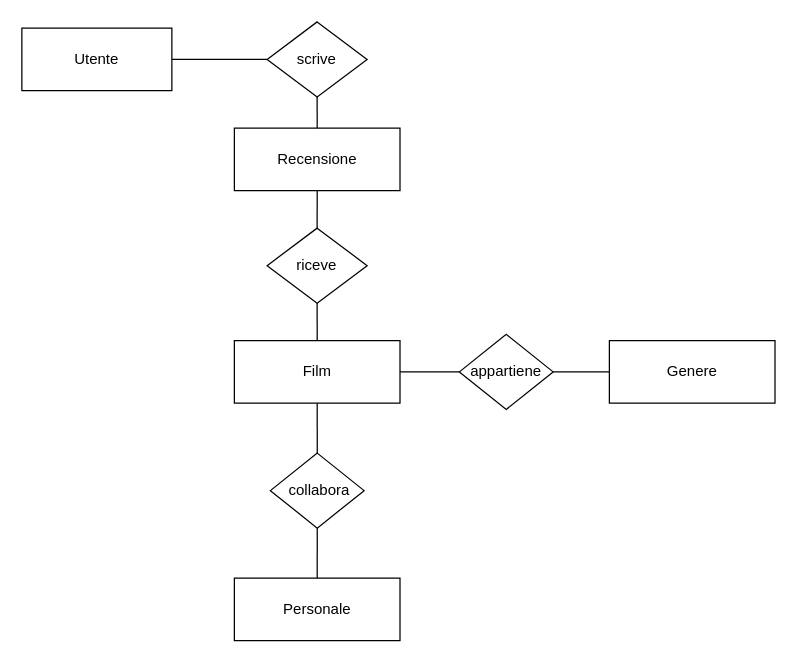
Above: page "Schema Scheletro" (1 of 5) of Diagrammi.drawio in dcocuzza/recensioni_film (draw.io), before the change. Source tidied: cells renumbered, new cells numbered last; positions are measured from the earlier drawing's top-left corner, leaving out a move shared by most shapes. Both pictures are drawn from the tidied source at 125%, with x=0, y=0 at pixel (21, 21).
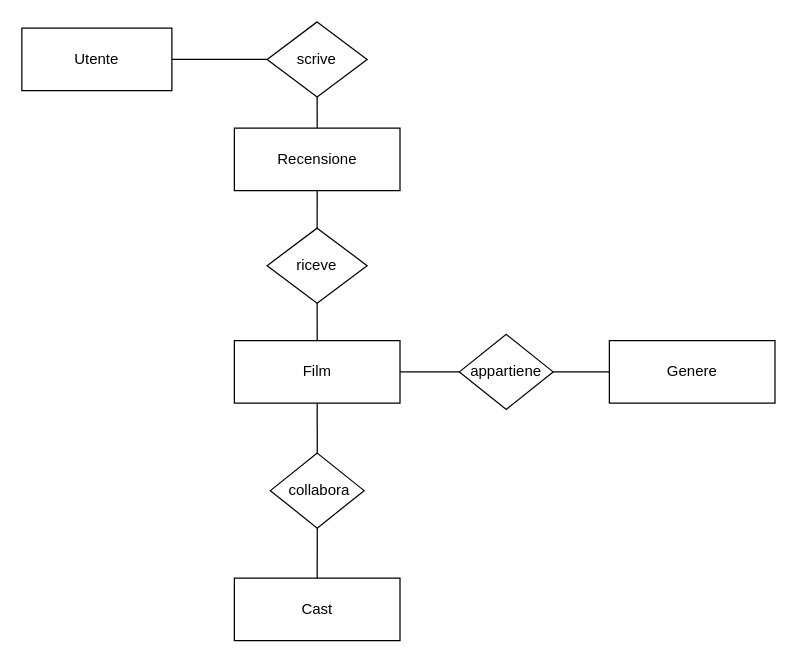
Above is the later version.

Diff of the diagram source:
```diff
@@
 <mxGraphModel>
   <root>
     <mxCell id="0" />
     <mxCell id="1" parent="0" />
     <mxCell id="2" value="Utente" style="rounded=0;whiteSpace=wrap;html=1;" parent="1" vertex="1">
       <mxGeometry y="5" width="120" height="50" as="geometry" />
     </mxCell>
     <mxCell id="3" value="scrive" style="rhombus;whiteSpace=wrap;html=1;" parent="1" vertex="1">
       <mxGeometry x="196.2" width="80" height="60" as="geometry" />
     </mxCell>
     <mxCell id="4" value="Film" style="rounded=0;whiteSpace=wrap;html=1;" parent="1" vertex="1">
       <mxGeometry x="170" y="255" width="132.5" height="50" as="geometry" />
     </mxCell>
     <mxCell id="5" value="Genere" style="rounded=0;whiteSpace=wrap;html=1;" parent="1" vertex="1">
       <mxGeometry x="470" y="255" width="132.5" height="50" as="geometry" />
     </mxCell>
     <mxCell id="6" value="appartiene" style="rhombus;whiteSpace=wrap;html=1;" parent="1" vertex="1">
       <mxGeometry x="350" y="250" width="75" height="60" as="geometry" />
     </mxCell>
-    <mxCell id="7" value="Personale" style="rounded=0;whiteSpace=wrap;html=1;" parent="1" vertex="1">
+    <mxCell id="7" value="Cast" style="rounded=0;whiteSpace=wrap;html=1;" parent="1" vertex="1">
       <mxGeometry x="170" y="445" width="132.5" height="50" as="geometry" />
     </mxCell>
     <mxCell id="8" value="&amp;nbsp;collabora" style="rhombus;whiteSpace=wrap;html=1;" parent="1" vertex="1">
       <mxGeometry x="198.8" y="345" width="75" height="60" as="geometry" />
     </mxCell>
     <mxCell id="9" value="Recensione" style="rounded=0;whiteSpace=wrap;html=1;" parent="1" vertex="1">
       <mxGeometry x="170" y="85" width="132.5" height="50" as="geometry" />
     </mxCell>
     <mxCell id="10" value="riceve" style="rhombus;whiteSpace=wrap;html=1;" parent="1" vertex="1">
       <mxGeometry x="196.2" y="165" width="80" height="60" as="geometry" />
     </mxCell>
     <mxCell id="11" style="endArrow=none;html=1;rounded=0;exitX=0.5;exitY=0;exitDx=0;exitDy=0;entryX=0.5;entryY=1;entryDx=0;entryDy=0;" parent="1" edge="1" source="10" target="9">
       <mxGeometry relative="1" as="geometry" />
     </mxCell>
     <mxCell id="12" style="endArrow=none;html=1;rounded=0;exitX=0.5;exitY=0;exitDx=0;exitDy=0;entryX=0.5;entryY=1;entryDx=0;entryDy=0;" parent="1" edge="1" source="4" target="10">
       <mxGeometry relative="1" as="geometry" />
     </mxCell>
     <mxCell id="13" style="endArrow=none;html=1;rounded=0;exitX=1;exitY=0.5;exitDx=0;exitDy=0;entryX=0;entryY=0.5;entryDx=0;entryDy=0;" parent="1" edge="1" source="2" target="3">
       <mxGeometry relative="1" as="geometry" />
     </mxCell>
     <mxCell id="14" style="endArrow=none;html=1;rounded=0;entryX=0.5;entryY=1;entryDx=0;entryDy=0;exitX=0.5;exitY=0;exitDx=0;exitDy=0;" parent="1" edge="1" source="9" target="3">
       <mxGeometry relative="1" as="geometry" />
     </mxCell>
     <mxCell id="15" style="endArrow=none;html=1;rounded=0;exitX=1;exitY=0.5;exitDx=0;exitDy=0;entryX=0;entryY=0.5;entryDx=0;entryDy=0;" parent="1" edge="1" source="4" target="6">
       <mxGeometry relative="1" as="geometry" />
     </mxCell>
     <mxCell id="16" style="endArrow=none;html=1;rounded=0;entryX=0;entryY=0.5;entryDx=0;entryDy=0;exitX=1;exitY=0.5;exitDx=0;exitDy=0;" parent="1" edge="1" source="6" target="5">
       <mxGeometry relative="1" as="geometry" />
     </mxCell>
     <mxCell id="17" style="endArrow=none;html=1;rounded=0;exitX=0.5;exitY=1;exitDx=0;exitDy=0;entryX=0.5;entryY=0;entryDx=0;entryDy=0;" parent="1" edge="1" source="4" target="8">
       <mxGeometry relative="1" as="geometry" />
     </mxCell>
     <mxCell id="18" style="endArrow=none;html=1;rounded=0;exitX=0.5;exitY=0;exitDx=0;exitDy=0;entryX=0.5;entryY=1;entryDx=0;entryDy=0;" parent="1" edge="1" source="7" target="8">
       <mxGeometry relative="1" as="geometry" />
     </mxCell>
   </root>
 </mxGraphModel>
```
